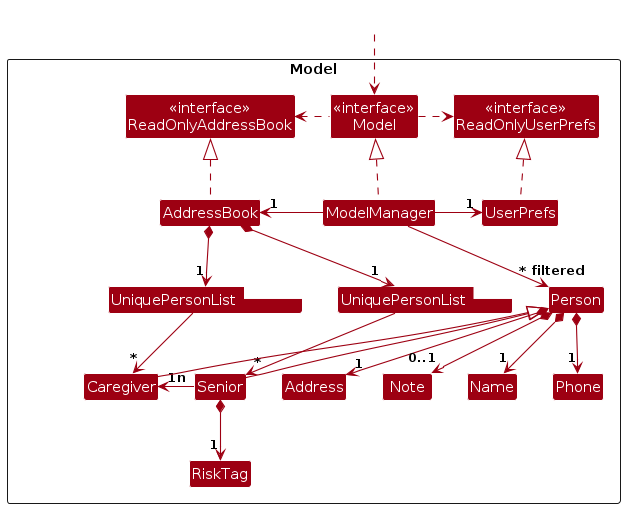
Earlier version of the PlantUML export diagrams/ModelClassDiagram.png (AY2526S1-CS2103-F13-4/tp). Its source is kept beside it as diagrams/ModelClassDiagram.puml.
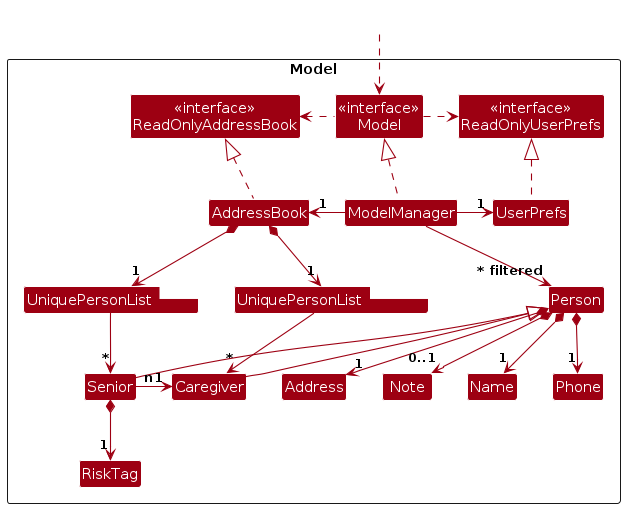
The same file after the commit.

Change to the diagram source:
```diff
@@ -1,5 +1,6 @@
 @startuml
 !include style.puml
+skinparam ClassGenericDisplay full
 skinparam arrowThickness 1.1
 skinparam arrowColor MODEL_COLOR
 skinparam classBackgroundColor MODEL_COLOR
@@ -51,7 +52,7 @@
 Person *--> "0..1" Note
 
 Person -[hidden]right--> I
-UniquePersonListSenior -[hidden]right> I
+UniquePersonListSenior -[hidden]left> I
 UniquePersonListCaregiver -[hidden]right> I
 AddressBook -[hidden]right> I
 
```
